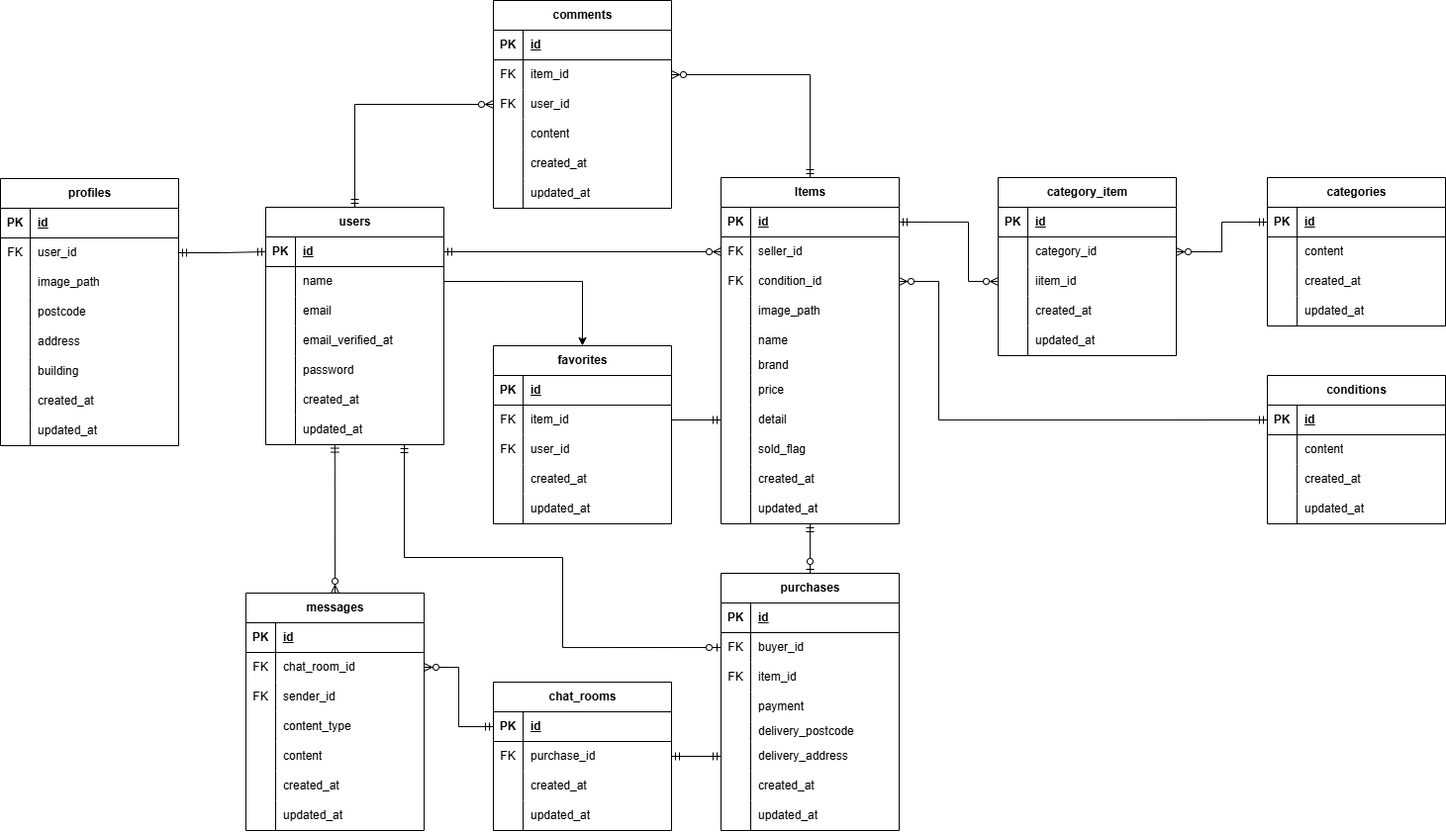
Above: src/er-diagram.drawio.png in Roba-97/ObanaRyota-mockcase1-furima-app (draw.io), before the change. Source tidied: cells renumbered, new cells last; positions are measured from the earlier drawing's top-left corner, leaving out a move shared by most shapes.
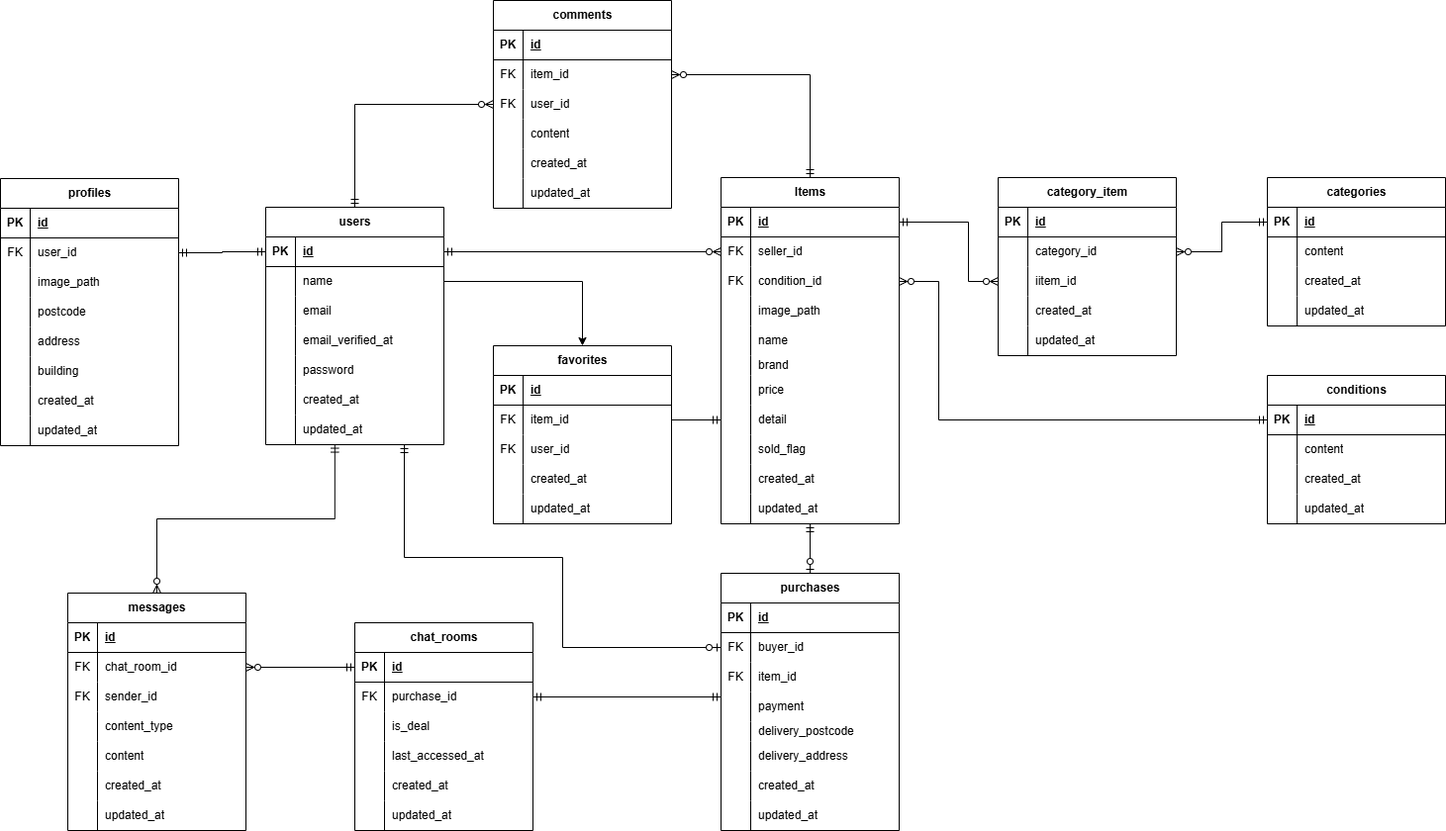
Later version of the same file.

Change to the diagram source:
```diff
@@ -589,7 +589,7 @@
       <mxGeometry relative="1" as="geometry" />
     </mxCell>
     <mxCell id="194" value="chat_rooms" style="shape=table;startSize=30;rowLines=0;fontStyle=1;align=center;html=1;" parent="1" vertex="1">
-      <mxGeometry x="498" y="689" width="180" height="150" as="geometry" />
+      <mxGeometry x="358" y="629" width="180" height="210" as="geometry" />
     </mxCell>
     <mxCell id="195" style="shape=tableRow;horizontal=0;startSize=0;swimlaneHead=0;swimlaneBody=0;fillColor=none;points=[[0,0.5],[1,0.5]];portConstraint=eastwest;top=0;left=0;right=0;bottom=1;" parent="194" vertex="1">
       <mxGeometry y="30" width="180" height="30" as="geometry" />
@@ -615,7 +615,7 @@
     <mxCell id="202" style="shape=partialRectangle;fillColor=none;top=0;left=0;bottom=0;right=0;overflow=hidden;whiteSpace=wrap;html=1;" parent="201" vertex="1">
       <mxGeometry width="30" height="30" as="geometry" />
     </mxCell>
-    <mxCell id="203" value="created_at" style="shape=partialRectangle;fillColor=none;top=0;left=0;bottom=0;right=0;align=left;spacingLeft=6;overflow=hidden;whiteSpace=wrap;html=1;" parent="201" vertex="1">
+    <mxCell id="203" value="is_deal" style="shape=partialRectangle;fillColor=none;top=0;left=0;bottom=0;right=0;align=left;spacingLeft=6;overflow=hidden;whiteSpace=wrap;html=1;" parent="201" vertex="1">
       <mxGeometry x="30" width="150" height="30" as="geometry" />
     </mxCell>
     <mxCell id="204" style="shape=tableRow;horizontal=0;startSize=0;swimlaneHead=0;swimlaneBody=0;fillColor=none;top=0;left=0;right=0;bottom=0;" parent="194" vertex="1">
@@ -624,11 +624,29 @@
     <mxCell id="205" style="shape=partialRectangle;fillColor=none;top=0;left=0;bottom=0;right=0;overflow=hidden;whiteSpace=wrap;html=1;" parent="204" vertex="1">
       <mxGeometry width="30" height="30" as="geometry" />
     </mxCell>
-    <mxCell id="206" value="updated_at" style="shape=partialRectangle;fillColor=none;top=0;left=0;bottom=0;right=0;align=left;spacingLeft=6;overflow=hidden;whiteSpace=wrap;html=1;" parent="204" vertex="1">
+    <mxCell id="206" value="last_accessed_at" style="shape=partialRectangle;fillColor=none;top=0;left=0;bottom=0;right=0;align=left;spacingLeft=6;overflow=hidden;whiteSpace=wrap;html=1;" parent="204" vertex="1">
       <mxGeometry x="30" width="150" height="30" as="geometry" />
     </mxCell>
+    <mxCell id="235" style="shape=tableRow;horizontal=0;startSize=0;swimlaneHead=0;swimlaneBody=0;fillColor=none;top=0;left=0;right=0;bottom=0;" parent="194" vertex="1">
+      <mxGeometry y="150" width="180" height="30" as="geometry" />
+    </mxCell>
+    <mxCell id="236" style="shape=partialRectangle;fillColor=none;top=0;left=0;bottom=0;right=0;overflow=hidden;whiteSpace=wrap;html=1;" parent="235" vertex="1">
+      <mxGeometry width="30" height="30" as="geometry" />
+    </mxCell>
+    <mxCell id="237" value="&lt;span style=&quot;color: rgb(0, 0, 0);&quot;&gt;created_at&lt;/span&gt;" style="shape=partialRectangle;fillColor=none;top=0;left=0;bottom=0;right=0;align=left;spacingLeft=6;overflow=hidden;whiteSpace=wrap;html=1;" parent="235" vertex="1">
+      <mxGeometry x="30" width="150" height="30" as="geometry" />
+    </mxCell>
+    <mxCell id="238" style="shape=tableRow;horizontal=0;startSize=0;swimlaneHead=0;swimlaneBody=0;fillColor=none;top=0;left=0;right=0;bottom=0;" parent="194" vertex="1">
+      <mxGeometry y="180" width="180" height="30" as="geometry" />
+    </mxCell>
+    <mxCell id="239" style="shape=partialRectangle;fillColor=none;top=0;left=0;bottom=0;right=0;overflow=hidden;whiteSpace=wrap;html=1;" parent="238" vertex="1">
+      <mxGeometry width="30" height="30" as="geometry" />
+    </mxCell>
+    <mxCell id="240" value="&lt;span style=&quot;color: rgb(0, 0, 0);&quot;&gt;updated_at&lt;/span&gt;" style="shape=partialRectangle;fillColor=none;top=0;left=0;bottom=0;right=0;align=left;spacingLeft=6;overflow=hidden;whiteSpace=wrap;html=1;" parent="238" vertex="1">
+      <mxGeometry x="30" width="150" height="30" as="geometry" />
+    </mxCell>
     <mxCell id="207" value="messages" style="shape=table;startSize=30;rowLines=0;fontStyle=1;align=center;html=1;" parent="1" vertex="1">
-      <mxGeometry x="248" y="599" width="180" height="240" as="geometry" />
+      <mxGeometry x="68" y="599" width="180" height="240" as="geometry" />
     </mxCell>
     <mxCell id="208" style="shape=tableRow;horizontal=0;startSize=0;swimlaneHead=0;swimlaneBody=0;fillColor=none;top=0;left=0;right=0;bottom=1;" parent="207" vertex="1">
       <mxGeometry y="30" width="180" height="30" as="geometry" />
@@ -699,13 +717,10 @@
     <mxCell id="230" style="edgeStyle=none;html=1;exitX=1;exitY=0.5;exitDx=0;exitDy=0;entryX=0;entryY=0.5;entryDx=0;entryDy=0;endArrow=ERmandOne;endFill=0;" parent="1" edge="1" source="88" target="72">
       <mxGeometry relative="1" as="geometry" />
     </mxCell>
-    <mxCell id="231" style="edgeStyle=none;html=1;exitX=1;exitY=0.5;exitDx=0;exitDy=0;entryX=0;entryY=0.5;entryDx=0;entryDy=0;endArrow=ERmandOne;endFill=0;startArrow=ERmandOne;startFill=0;" parent="1" edge="1" source="198" target="162">
-      <mxGeometry relative="1" as="geometry" />
-    </mxCell>
     <mxCell id="232" style="edgeStyle=orthogonalEdgeStyle;html=1;exitX=0;exitY=0.5;exitDx=0;exitDy=0;entryX=1;entryY=0.5;entryDx=0;entryDy=0;rounded=0;curved=0;endArrow=ERzeroToMany;endFill=0;startArrow=ERmandOne;startFill=0;" parent="1" edge="1" source="195" target="211">
       <mxGeometry relative="1" as="geometry" />
     </mxCell>
-    <mxCell id="233" style="edgeStyle=none;html=1;exitX=0.5;exitY=0;exitDx=0;exitDy=0;entryX=0.388;entryY=0.985;entryDx=0;entryDy=0;entryPerimeter=0;endArrow=ERmandOne;endFill=0;startArrow=ERzeroToMany;startFill=0;" parent="1" edge="1" source="207" target="22">
+    <mxCell id="233" style="edgeStyle=orthogonalEdgeStyle;html=1;exitX=0.5;exitY=0;exitDx=0;exitDy=0;entryX=0.388;entryY=0.985;entryDx=0;entryDy=0;entryPerimeter=0;endArrow=ERmandOne;endFill=0;startArrow=ERzeroToMany;startFill=0;rounded=0;curved=0;" parent="1" edge="1" source="207" target="22">
       <mxGeometry relative="1" as="geometry" />
     </mxCell>
     <mxCell id="234" style="edgeStyle=orthogonalEdgeStyle;html=1;exitX=0;exitY=0.5;exitDx=0;exitDy=0;rounded=0;curved=0;endArrow=ERmandOne;endFill=0;startArrow=ERzeroToOne;startFill=0;" parent="1" edge="1" source="150" target="22">
@@ -717,5 +732,10 @@
         </Array>
       </mxGeometry>
     </mxCell>
+    <mxCell id="241" style="edgeStyle=none;html=1;exitX=1;exitY=0.5;exitDx=0;exitDy=0;endArrow=ERmandOne;endFill=0;startArrow=ERmandOne;startFill=0;" parent="1" edge="1" source="198">
+      <mxGeometry relative="1" as="geometry">
+        <mxPoint x="728" y="704" as="targetPoint" />
+      </mxGeometry>
+    </mxCell>
   </root>
 </mxGraphModel>
```
